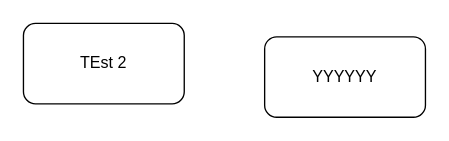
Before: Untitled Diagram.drawio in billy-pilger/quickstart-drupal, a draw.io diagram. Source tidied: cells renumbered, new cells numbered last; positions are measured from the earlier drawing's top-left corner, leaving out a move shared by most shapes. Both pictures are drawn from the tidied source at 134%, with x=0, y=0 at pixel (23, 23).
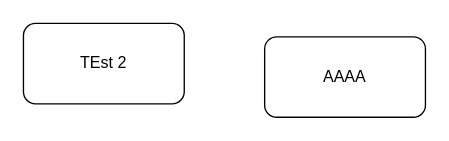
After the change.

Diff of the diagram source:
```diff
@@
 <mxGraphModel>
   <root>
     <mxCell id="0" />
     <mxCell id="1" parent="0" />
     <mxCell id="2" value="TEst 2" style="rounded=1;whiteSpace=wrap;html=1;" parent="1" vertex="1">
       <mxGeometry width="120" height="60" as="geometry" />
     </mxCell>
-    <mxCell id="3" value="YYYYYY" style="rounded=1;whiteSpace=wrap;html=1;" parent="1" vertex="1">
+    <mxCell id="3" value="AAAA" style="rounded=1;whiteSpace=wrap;html=1;" parent="1" vertex="1">
       <mxGeometry x="180" y="10" width="120" height="60" as="geometry" />
     </mxCell>
   </root>
 </mxGraphModel>
```
